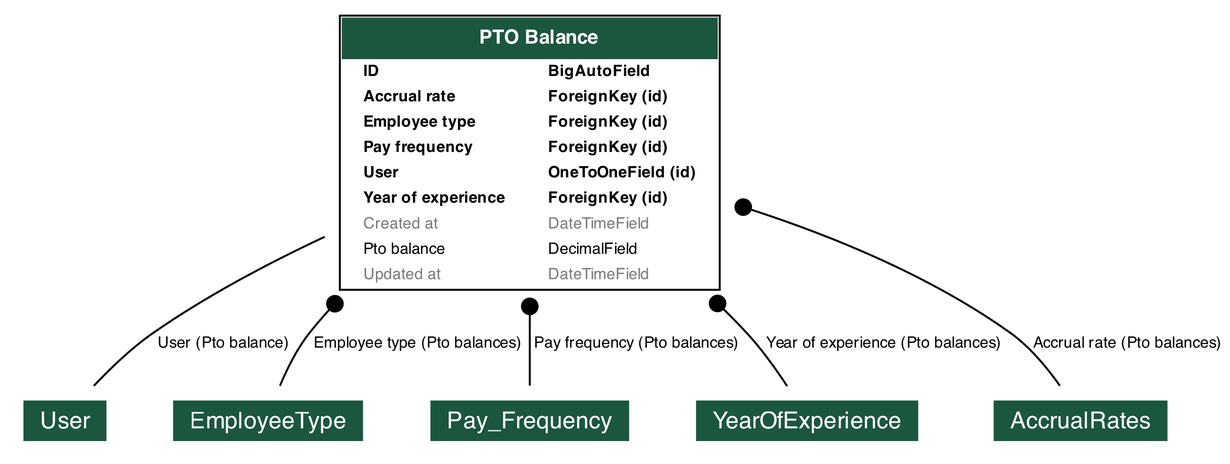
Earlier version of the Graphviz export schemas/ptobalance.png (Paul447/HRMS). Its source is kept beside it as schemas/ptobalance.dot. The source it was exported from:
```dot
digraph model_graph {
	graph [bb="0,0,621.69,229.25",
		fontname=Roboto,
		fontsize=8,
		rankdir=TB,
		splines=true
	];
	node [fontname=Roboto,
		fontsize=8,
		label="\N",
		shape=plaintext
	];
	edge [fontname=Roboto,
		fontsize=8
	];
	ptobalance_models_PTOBalance	[height=2.059,
		label=<
    <TABLE BGCOLOR="white" BORDER="1" CELLBORDER="0" CELLSPACING="0">
    <TR><TD COLSPAN="2" CELLPADDING="5" ALIGN="CENTER" BGCOLOR="#1b563f">
    <FONT FACE="Roboto" COLOR="white" POINT-SIZE="10"><B>
    PTO Balance
    </B></FONT></TD></TR>


    <TR><TD ALIGN="LEFT" BORDER="0">
    <FONT FACE="Roboto"><B>ID</B></FONT>
    </TD><TD ALIGN="LEFT">
    <FONT FACE="Roboto"><B>BigAutoField</B></FONT>
    </TD></TR>



    <TR><TD ALIGN="LEFT" BORDER="0">
    <FONT FACE="Roboto"><B>Accrual rate</B></FONT>
    </TD><TD ALIGN="LEFT">
    <FONT FACE="Roboto"><B>ForeignKey (id)</B></FONT>
    </TD></TR>



    <TR><TD ALIGN="LEFT" BORDER="0">
    <FONT FACE="Roboto"><B>Employee type</B></FONT>
    </TD><TD ALIGN="LEFT">
    <FONT FACE="Roboto"><B>ForeignKey (id)</B></FONT>
    </TD></TR>



    <TR><TD ALIGN="LEFT" BORDER="0">
    <FONT FACE="Roboto"><B>Pay frequency</B></FONT>
    </TD><TD ALIGN="LEFT">
    <FONT FACE="Roboto"><B>ForeignKey (id)</B></FONT>
    </TD></TR>



    <TR><TD ALIGN="LEFT" BORDER="0">
    <FONT FACE="Roboto"><B>User</B></FONT>
    </TD><TD ALIGN="LEFT">
    <FONT FACE="Roboto"><B>OneToOneField (id)</B></FONT>
    </TD></TR>



    <TR><TD ALIGN="LEFT" BORDER="0">
    <FONT FACE="Roboto"><B>Year of experience</B></FONT>
    </TD><TD ALIGN="LEFT">
    <FONT FACE="Roboto"><B>ForeignKey (id)</B></FONT>
    </TD></TR>



    <TR><TD ALIGN="LEFT" BORDER="0">
    <FONT COLOR="#7B7B7B" FACE="Roboto">Created at</FONT>
    </TD><TD ALIGN="LEFT">
    <FONT COLOR="#7B7B7B" FACE="Roboto">DateTimeField</FONT>
    </TD></TR>



    <TR><TD ALIGN="LEFT" BORDER="0">
    <FONT FACE="Roboto">Pto balance</FONT>
    </TD><TD ALIGN="LEFT">
    <FONT FACE="Roboto">DecimalField</FONT>
    </TD></TR>



    <TR><TD ALIGN="LEFT" BORDER="0">
    <FONT COLOR="#7B7B7B" FACE="Roboto">Updated at</FONT>
    </TD><TD ALIGN="LEFT">
    <FONT COLOR="#7B7B7B" FACE="Roboto">DateTimeField</FONT>
    </TD></TR>


    </TABLE>
    >,
		pos="267.25,155.12",
		width=2.9236];
	django_contrib_auth_models_User	[height=0.5,
		label=<
  <TABLE BGCOLOR="white" BORDER="0" CELLBORDER="0" CELLSPACING="0">
  <TR><TD COLSPAN="2" CELLPADDING="4" ALIGN="CENTER" BGCOLOR="#1b563f">
  <FONT FACE="Roboto" POINT-SIZE="12" COLOR="white">User</FONT>
  </TD></TR>
  </TABLE>
  >,
		pos="29.25,18",
		width=0.8125];
	ptobalance_models_PTOBalance -> django_contrib_auth_models_User	[arrowhead=none,
		arrowtail=none,
		dir=both,
		label=" User (Pto balance)",
		lp="109.38,58.5",
		pos="162.25,112.12 132.76,98.325 101.42,81.672 74.5,63 63.336,55.255 52.371,44.69 44.031,35.854"];
	employeetype_models_EmployeeType	[height=0.5,
		label=<
  <TABLE BGCOLOR="white" BORDER="0" CELLBORDER="0" CELLSPACING="0">
  <TR><TD COLSPAN="2" CELLPADDING="4" ALIGN="CENTER" BGCOLOR="#1b563f">
  <FONT FACE="Roboto" POINT-SIZE="12" COLOR="white">EmployeeType</FONT>
  </TD></TR>
  </TABLE>
  >,
		pos="133.25,18",
		width=1.5729];
	ptobalance_models_PTOBalance -> employeetype_models_EmployeeType	[arrowhead=none,
		arrowtail=dot,
		dir=both,
		label=" Employee type (Pto balances)",
		lp="208.88,58.5",
		pos="s,170.57,81.131 164.53,74.74 161.01,70.898 157.66,66.979 154.5,63 148.07,54.891 142.94,44.518 139.34,35.881"];
	payfrequency_models_Pay_Frequency	[height=0.5,
		label=<
  <TABLE BGCOLOR="white" BORDER="0" CELLBORDER="0" CELLSPACING="0">
  <TR><TD COLSPAN="2" CELLPADDING="4" ALIGN="CENTER" BGCOLOR="#1b563f">
  <FONT FACE="Roboto" POINT-SIZE="12" COLOR="white">Pay_Frequency</FONT>
  </TD></TR>
  </TABLE>
  >,
		pos="267.25,18",
		width=1.6354];
	ptobalance_models_PTOBalance -> payfrequency_models_Pay_Frequency	[arrowhead=none,
		arrowtail=dot,
		dir=both,
		label=" Pay frequency (Pto balances)",
		lp="320.88,58.5",
		pos="s,267.25,81.026 267.25,72.367 267.25,58.598 267.25,45.652 267.25,35.96"];
	yearofexperience_models_YearOfExperience	[height=0.5,
		label=<
  <TABLE BGCOLOR="white" BORDER="0" CELLBORDER="0" CELLSPACING="0">
  <TR><TD COLSPAN="2" CELLPADDING="4" ALIGN="CENTER" BGCOLOR="#1b563f">
  <FONT FACE="Roboto" POINT-SIZE="12" COLOR="white">YearOfExperience</FONT>
  </TD></TR>
  </TABLE>
  >,
		pos="409.25,18",
		width=1.8021];
	ptobalance_models_PTOBalance -> yearofexperience_models_YearOfExperience	[arrowhead=none,
		arrowtail=dot,
		dir=both,
		label=" Year of experience (Pto balances)",
		lp="447.39,58.5",
		pos="s,360.16,81.141 366.58,74.968 370.61,71.014 374.52,67.016 378.25,63 386.01,54.648 393.41,44.263 399.04,35.68"];
	accuralrates_models_AccrualRates	[height=0.5,
		label=<
  <TABLE BGCOLOR="white" BORDER="0" CELLBORDER="0" CELLSPACING="0">
  <TR><TD COLSPAN="2" CELLPADDING="4" ALIGN="CENTER" BGCOLOR="#1b563f">
  <FONT FACE="Roboto" POINT-SIZE="12" COLOR="white">AccrualRates</FONT>
  </TD></TR>
  </TABLE>
  >,
		pos="549.25,18",
		width=1.4583];
	ptobalance_models_PTOBalance -> accuralrates_models_AccrualRates	[arrowhead=none,
		arrowtail=dot,
		dir=both,
		label=" Accrual rate (Pto balances)",
		lp="572.19,58.5",
		pos="s,372.26,128.67 380.69,125.98 424.66,111.64 473.81,91.151 513.25,63 523.37,55.775 532.25,45.003 538.66,35.926"];
}
```
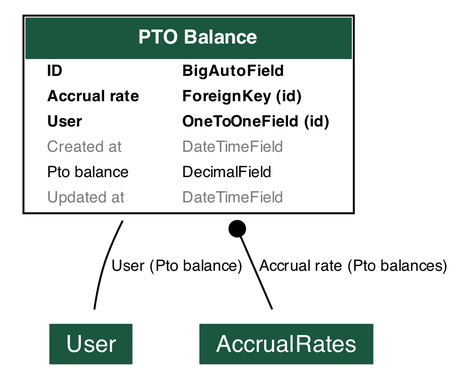
Later version of the same file.

The edit, as a diff of the source:
```diff
@@ -1,5 +1,5 @@
 digraph model_graph {
-	graph [bb="0,0,621.69,229.25",
+	graph [bb="0,0,225.33,190.25",
 		fontname=Roboto,
 		fontsize=8,
 		rankdir=TB,
@@ -13,7 +13,7 @@
 	edge [fontname=Roboto,
 		fontsize=8
 	];
-	ptobalance_models_PTOBalance	[height=2.059,
+	ptobalance_models_PTOBalance	[height=1.5174,
 		label=<
     <TABLE BGCOLOR="white" BORDER="1" CELLBORDER="0" CELLSPACING="0">
     <TR><TD COLSPAN="2" CELLPADDING="5" ALIGN="CENTER" BGCOLOR="#1b563f">
@@ -39,33 +39,9 @@
 
 
     <TR><TD ALIGN="LEFT" BORDER="0">
-    <FONT FACE="Roboto"><B>Employee type</B></FONT>
-    </TD><TD ALIGN="LEFT">
-    <FONT FACE="Roboto"><B>ForeignKey (id)</B></FONT>
-    </TD></TR>
-
-
-
-    <TR><TD ALIGN="LEFT" BORDER="0">
-    <FONT FACE="Roboto"><B>Pay frequency</B></FONT>
-    </TD><TD ALIGN="LEFT">
-    <FONT FACE="Roboto"><B>ForeignKey (id)</B></FONT>
-    </TD></TR>
-
-
-
-    <TR><TD ALIGN="LEFT" BORDER="0">
     <FONT FACE="Roboto"><B>User</B></FONT>
     </TD><TD ALIGN="LEFT">
     <FONT FACE="Roboto"><B>OneToOneField (id)</B></FONT>
-    </TD></TR>
-
-
-
-    <TR><TD ALIGN="LEFT" BORDER="0">
-    <FONT FACE="Roboto"><B>Year of experience</B></FONT>
-    </TD><TD ALIGN="LEFT">
-    <FONT FACE="Roboto"><B>ForeignKey (id)</B></FONT>
     </TD></TR>
 
 
@@ -95,8 +71,8 @@
 
     </TABLE>
     >,
-		pos="267.25,155.12",
-		width=2.9236];
+		pos="92.5,135.62",
+		width=2.5694];
 	django_contrib_auth_models_User	[height=0.5,
 		label=<
   <TABLE BGCOLOR="white" BORDER="0" CELLBORDER="0" CELLSPACING="0">
@@ -105,62 +81,14 @@
   </TD></TR>
   </TABLE>
   >,
-		pos="29.25,18",
+		pos="42.5,18",
 		width=0.8125];
 	ptobalance_models_PTOBalance -> django_contrib_auth_models_User	[arrowhead=none,
 		arrowtail=none,
 		dir=both,
 		label=" User (Pto balance)",
-		lp="109.38,58.5",
-		pos="162.25,112.12 132.76,98.325 101.42,81.672 74.5,63 63.336,55.255 52.371,44.69 44.031,35.854"];
-	employeetype_models_EmployeeType	[height=0.5,
-		label=<
-  <TABLE BGCOLOR="white" BORDER="0" CELLBORDER="0" CELLSPACING="0">
-  <TR><TD COLSPAN="2" CELLPADDING="4" ALIGN="CENTER" BGCOLOR="#1b563f">
-  <FONT FACE="Roboto" POINT-SIZE="12" COLOR="white">EmployeeType</FONT>
-  </TD></TR>
-  </TABLE>
-  >,
-		pos="133.25,18",
-		width=1.5729];
-	ptobalance_models_PTOBalance -> employeetype_models_EmployeeType	[arrowhead=none,
-		arrowtail=dot,
-		dir=both,
-		label=" Employee type (Pto balances)",
-		lp="208.88,58.5",
-		pos="s,170.57,81.131 164.53,74.74 161.01,70.898 157.66,66.979 154.5,63 148.07,54.891 142.94,44.518 139.34,35.881"];
-	payfrequency_models_Pay_Frequency	[height=0.5,
-		label=<
-  <TABLE BGCOLOR="white" BORDER="0" CELLBORDER="0" CELLSPACING="0">
-  <TR><TD COLSPAN="2" CELLPADDING="4" ALIGN="CENTER" BGCOLOR="#1b563f">
-  <FONT FACE="Roboto" POINT-SIZE="12" COLOR="white">Pay_Frequency</FONT>
-  </TD></TR>
-  </TABLE>
-  >,
-		pos="267.25,18",
-		width=1.6354];
-	ptobalance_models_PTOBalance -> payfrequency_models_Pay_Frequency	[arrowhead=none,
-		arrowtail=dot,
-		dir=both,
-		label=" Pay frequency (Pto balances)",
-		lp="320.88,58.5",
-		pos="s,267.25,81.026 267.25,72.367 267.25,58.598 267.25,45.652 267.25,35.96"];
-	yearofexperience_models_YearOfExperience	[height=0.5,
-		label=<
-  <TABLE BGCOLOR="white" BORDER="0" CELLBORDER="0" CELLSPACING="0">
-  <TR><TD COLSPAN="2" CELLPADDING="4" ALIGN="CENTER" BGCOLOR="#1b563f">
-  <FONT FACE="Roboto" POINT-SIZE="12" COLOR="white">YearOfExperience</FONT>
-  </TD></TR>
-  </TABLE>
-  >,
-		pos="409.25,18",
-		width=1.8021];
-	ptobalance_models_PTOBalance -> yearofexperience_models_YearOfExperience	[arrowhead=none,
-		arrowtail=dot,
-		dir=both,
-		label=" Year of experience (Pto balances)",
-		lp="447.39,58.5",
-		pos="s,360.16,81.141 366.58,74.968 370.61,71.014 374.52,67.016 378.25,63 386.01,54.648 393.41,44.263 399.04,35.68"];
+		lp="85.625,58.5",
+		pos="58.774,81.231 55.767,75.218 53.011,69.07 50.75,63 47.495,54.26 45.478,44.046 44.255,35.66"];
 	accuralrates_models_AccrualRates	[height=0.5,
 		label=<
   <TABLE BGCOLOR="white" BORDER="0" CELLBORDER="0" CELLSPACING="0">
@@ -169,12 +97,12 @@
   </TD></TR>
   </TABLE>
   >,
-		pos="549.25,18",
+		pos="142.5,18",
 		width=1.4583];
 	ptobalance_models_PTOBalance -> accuralrates_models_AccrualRates	[arrowhead=none,
 		arrowtail=dot,
 		dir=both,
 		label=" Accrual rate (Pto balances)",
-		lp="572.19,58.5",
-		pos="s,372.26,128.67 380.69,125.98 424.66,111.64 473.81,91.151 513.25,63 523.37,55.775 532.25,45.003 538.66,35.926"];
+		lp="175.83,58.5",
+		pos="s,115.6,81.212 119.1,73.101 125.06,59.34 130.88,45.86 135.24,35.798"];
 }
```
